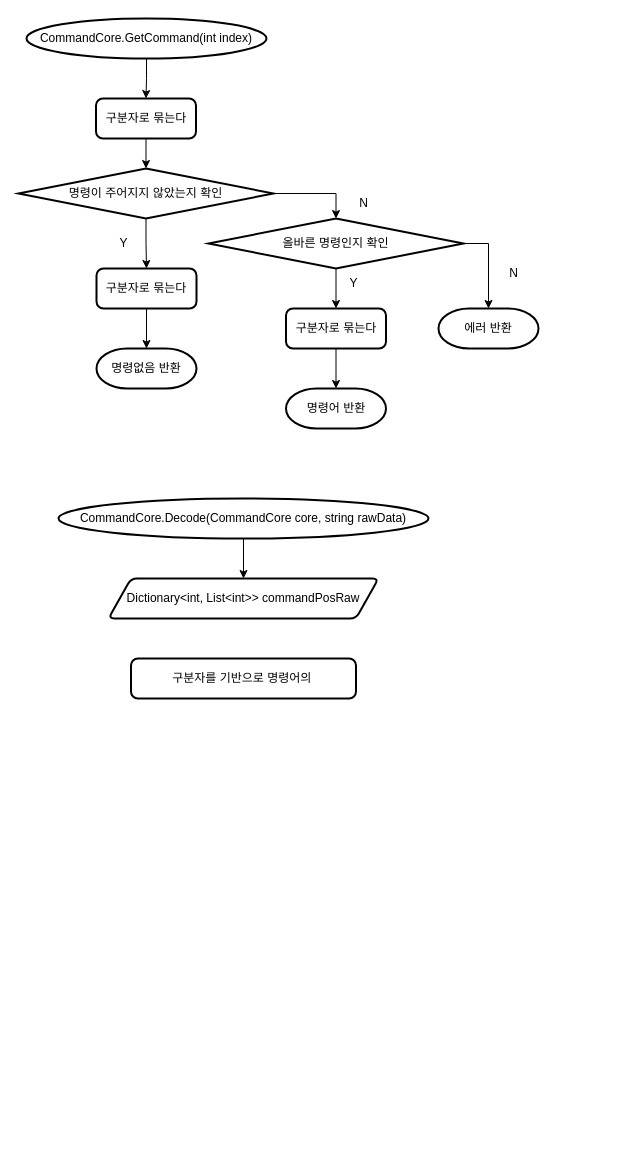
The draw.io diagram Docs/FlowChart.drawio in seintcat/-Unity-SimpleCommandSystem, before the edit. Source tidied: cells renumbered, new cells numbered last; positions are measured from the earlier drawing's top-left corner, leaving out a move shared by most shapes. Both pictures are drawn from the tidied source at 100%, with x=0, y=0 at pixel (18, 18).
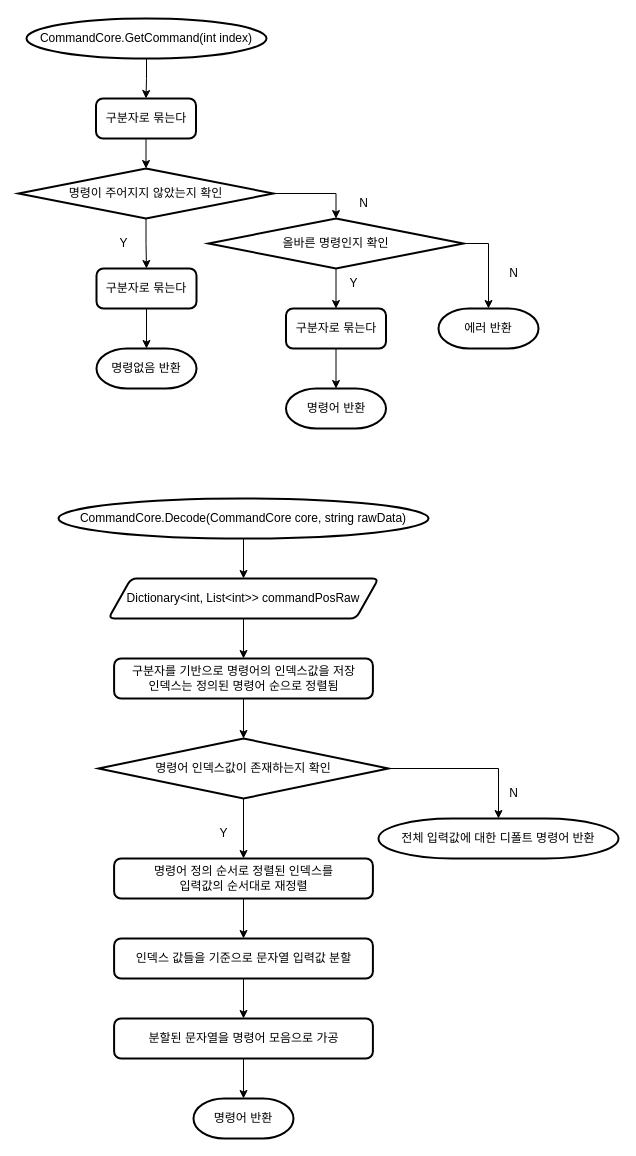
Above is the later version.

Unchanged cells that the change refers to:
```xml
<mxCell id="26" value="Dictionary&amp;lt;int, List&amp;lt;int&amp;gt;&amp;gt; commandPosRaw" style="shape=parallelogram;html=1;strokeWidth=2;perimeter=parallelogramPerimeter;whiteSpace=wrap;rounded=1;arcSize=12;size=0.08333333333333333;" parent="1" vertex="1">
  <mxGeometry x="90" y="560" width="270" height="40" as="geometry" />
</mxCell>
```

Diff of the diagram source:
```diff
@@
+    <mxCell id="27" style="edgeStyle=orthogonalEdgeStyle;rounded=0;jettySize=auto;html=1;exitX=0.5;exitY=1;exitDx=0;exitDy=0;entryX=0.5;entryY=0;entryDx=0;entryDy=0;entryPerimeter=0;" parent="1" edge="1" source="25" target="31">
+      <mxGeometry relative="1" as="geometry" />
+    </mxCell>
-    <mxCell id="25" value="구분자를 기반으로 명령어의&amp;nbsp;" style="rounded=1;whiteSpace=wrap;html=1;absoluteArcSize=1;arcSize=14;strokeWidth=2;" parent="1" vertex="1">
-      <mxGeometry x="112.5" y="640" width="225" height="40" as="geometry" />
+    <mxCell id="25" value="구분자를 기반으로 명령어의 인덱스값을 저장&lt;br&gt;인덱스는 정의된 명령어 순으로 정렬됨" style="rounded=1;whiteSpace=wrap;html=1;absoluteArcSize=1;arcSize=14;strokeWidth=2;" parent="1" vertex="1">
+      <mxGeometry x="95.6" y="640" width="258.8" height="40" as="geometry" />
     </mxCell>
+    <mxCell id="28" style="edgeStyle=orthogonalEdgeStyle;rounded=0;jettySize=auto;html=1;exitX=0.5;exitY=1;exitDx=0;exitDy=0;entryX=0.5;entryY=0;entryDx=0;entryDy=0;" parent="1" edge="1" source="26" target="25">
+      <mxGeometry relative="1" as="geometry" />
+    </mxCell>
@@
+    <mxCell id="29" style="edgeStyle=orthogonalEdgeStyle;rounded=0;jettySize=auto;html=1;exitX=1;exitY=0.5;exitDx=0;exitDy=0;exitPerimeter=0;entryX=0.5;entryY=0;entryDx=0;entryDy=0;entryPerimeter=0;" parent="1" edge="1" source="31" target="32">
+      <mxGeometry relative="1" as="geometry" />
+    </mxCell>
+    <mxCell id="30" style="edgeStyle=orthogonalEdgeStyle;rounded=0;jettySize=auto;html=1;exitX=0.5;exitY=1;exitDx=0;exitDy=0;exitPerimeter=0;entryX=0.5;entryY=0;entryDx=0;entryDy=0;" parent="1" edge="1" source="31" target="35">
+      <mxGeometry relative="1" as="geometry" />
+    </mxCell>
+    <mxCell id="31" value="명령어 인덱스값이 존재하는지 확인" style="strokeWidth=2;html=1;shape=mxgraph.flowchart.decision;whiteSpace=wrap;" parent="1" vertex="1">
+      <mxGeometry x="80" y="720" width="290" height="60" as="geometry" />
+    </mxCell>
+    <mxCell id="32" value="전체 입력값에 대한 디폴트 명령어 반환" style="strokeWidth=2;html=1;shape=mxgraph.flowchart.terminator;whiteSpace=wrap;" parent="1" vertex="1">
+      <mxGeometry x="360" y="800" width="240" height="40" as="geometry" />
+    </mxCell>
+    <mxCell id="33" value="N" style="text;html=1;align=center;verticalAlign=middle;strokeColor=none;fillColor=none;" parent="1" vertex="1">
+      <mxGeometry x="480" y="760" width="30" height="30" as="geometry" />
+    </mxCell>
+    <mxCell id="34" style="edgeStyle=orthogonalEdgeStyle;rounded=0;jettySize=auto;html=1;exitX=0.5;exitY=1;exitDx=0;exitDy=0;entryX=0.5;entryY=0;entryDx=0;entryDy=0;" parent="1" edge="1" source="35" target="38">
+      <mxGeometry relative="1" as="geometry" />
+    </mxCell>
+    <mxCell id="35" value="명령어 정의 순서로 정렬된 인덱스를&lt;br&gt;입력값의 순서대로 재정렬" style="rounded=1;whiteSpace=wrap;html=1;absoluteArcSize=1;arcSize=14;strokeWidth=2;" parent="1" vertex="1">
+      <mxGeometry x="95.6" y="840" width="258.8" height="40" as="geometry" />
+    </mxCell>
+    <mxCell id="36" value="Y" style="text;html=1;align=center;verticalAlign=middle;strokeColor=none;fillColor=none;" parent="1" vertex="1">
+      <mxGeometry x="190" y="800" width="30" height="30" as="geometry" />
+    </mxCell>
+    <mxCell id="37" style="edgeStyle=orthogonalEdgeStyle;rounded=0;jettySize=auto;html=1;exitX=0.5;exitY=1;exitDx=0;exitDy=0;entryX=0.5;entryY=0;entryDx=0;entryDy=0;" parent="1" edge="1" source="38" target="40">
+      <mxGeometry relative="1" as="geometry" />
+    </mxCell>
+    <mxCell id="38" value="인덱스 값들을 기준으로 문자열 입력값 분할" style="rounded=1;whiteSpace=wrap;html=1;absoluteArcSize=1;arcSize=14;strokeWidth=2;" parent="1" vertex="1">
+      <mxGeometry x="95.6" y="920" width="258.8" height="40" as="geometry" />
+    </mxCell>
+    <mxCell id="39" style="edgeStyle=orthogonalEdgeStyle;rounded=0;jettySize=auto;html=1;exitX=0.5;exitY=1;exitDx=0;exitDy=0;entryX=0.5;entryY=0;entryDx=0;entryDy=0;entryPerimeter=0;" parent="1" edge="1" source="40" target="41">
+      <mxGeometry relative="1" as="geometry" />
+    </mxCell>
+    <mxCell id="40" value="분할된 문자열을 명령어 모음으로 가공" style="rounded=1;whiteSpace=wrap;html=1;absoluteArcSize=1;arcSize=14;strokeWidth=2;" parent="1" vertex="1">
+      <mxGeometry x="95.6" y="1000" width="258.8" height="40" as="geometry" />
+    </mxCell>
+    <mxCell id="41" value="명령어 반환" style="strokeWidth=2;html=1;shape=mxgraph.flowchart.terminator;whiteSpace=wrap;" parent="1" vertex="1">
+      <mxGeometry x="175" y="1080" width="100" height="40" as="geometry" />
+    </mxCell>
```
